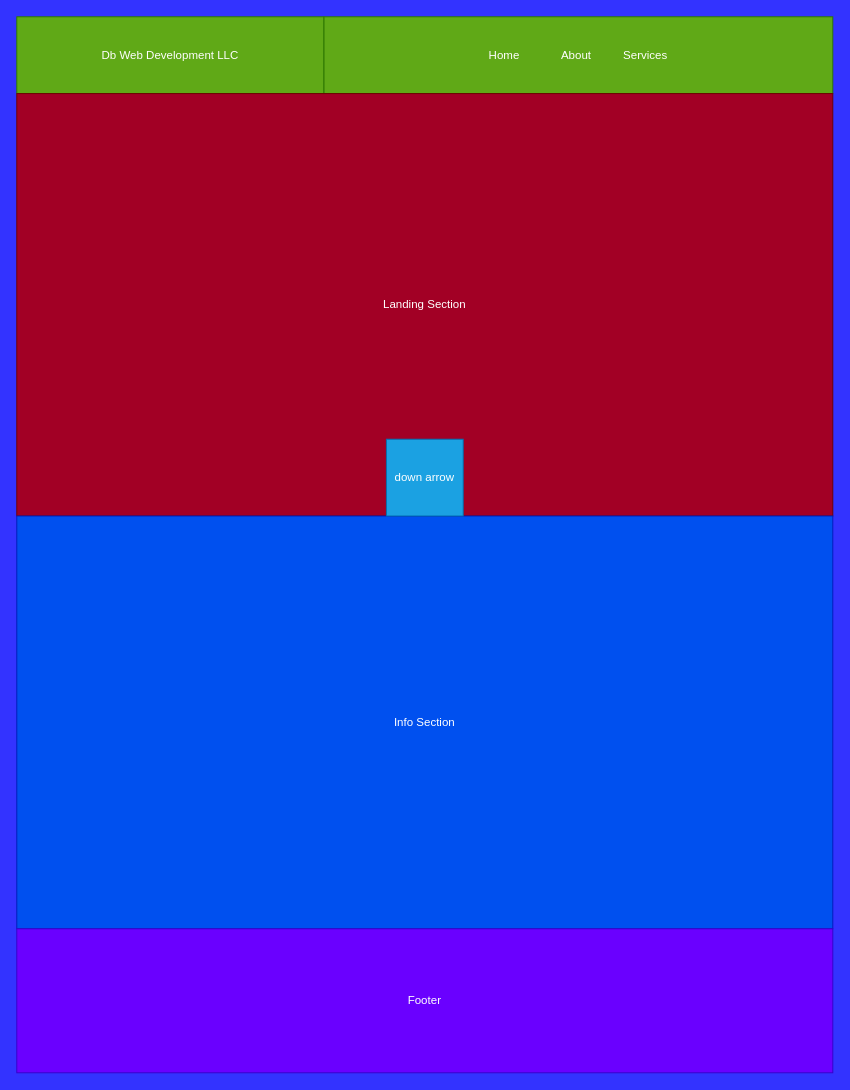
DeanWilcoxson/BusinessWebsite keeps this draw.io diagram as page "Home" (1 of 4) of Frontend/src/Wireframes/Structure.drawio. Above is the earlier version. Source tidied: cells renumbered, new cells numbered last; positions are measured from the earlier drawing's top-left corner, leaving out a move shared by most shapes. Both pictures are drawn from the tidied source at 96%, with x=0, y=0 at pixel (16, 16).
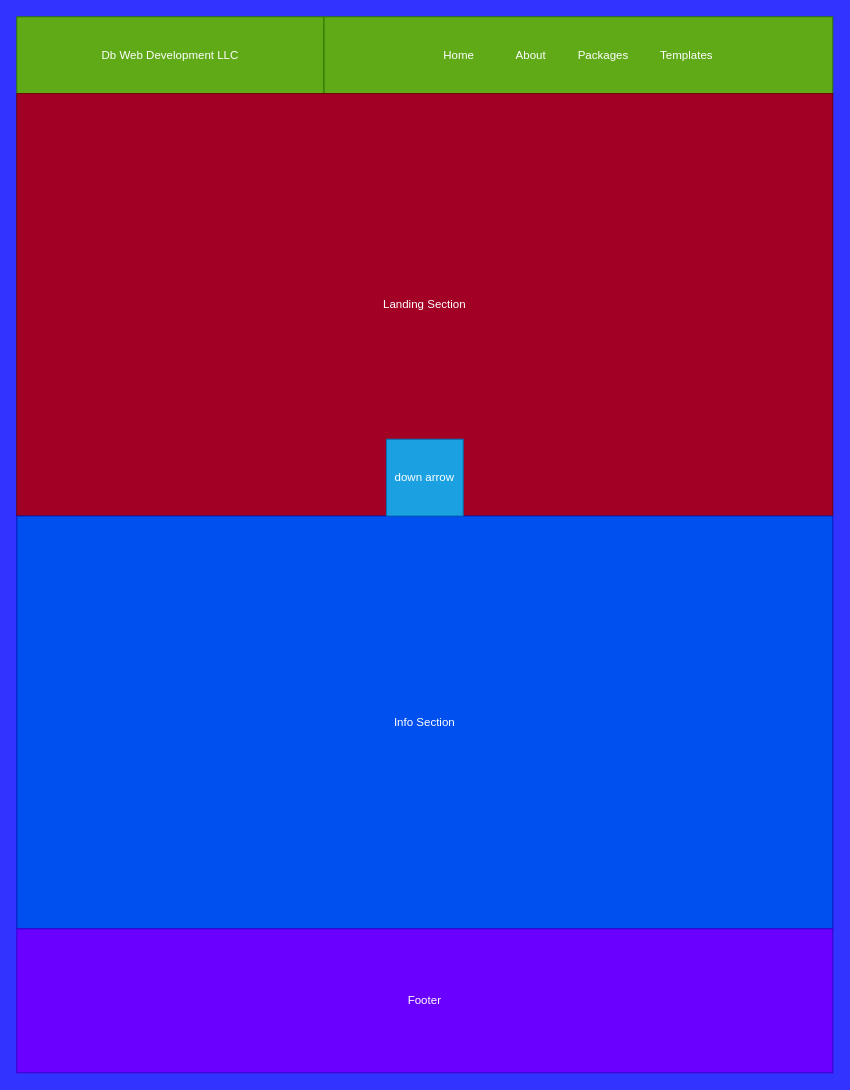
The same diagram, later.

Change to the diagram source:
```diff
@@
 <mxGraphModel background="#3333FF">
   <root>
     <mxCell id="0" />
     <mxCell id="1" parent="0" />
     <mxCell id="2" value="Db Web Development LLC" style="rounded=0;whiteSpace=wrap;html=1;fillColor=#60a917;fontColor=#ffffff;strokeColor=#2D7600;" parent="1" vertex="1">
       <mxGeometry width="320" height="80" as="geometry" />
     </mxCell>
-    <mxCell id="3" value="Home&amp;nbsp; &amp;nbsp; &amp;nbsp; &amp;nbsp; &amp;nbsp; &amp;nbsp; &amp;nbsp;About&amp;nbsp; &amp;nbsp; &amp;nbsp; &amp;nbsp; &amp;nbsp; Services" style="rounded=0;whiteSpace=wrap;html=1;fillColor=#60a917;fontColor=#ffffff;strokeColor=#2D7600;" parent="1" vertex="1">
+    <mxCell id="3" value="Home&amp;nbsp; &amp;nbsp; &amp;nbsp; &amp;nbsp; &amp;nbsp; &amp;nbsp; &amp;nbsp;About&amp;nbsp; &amp;nbsp; &amp;nbsp; &amp;nbsp; &amp;nbsp; Packages&amp;nbsp; &amp;nbsp; &amp;nbsp; &amp;nbsp; &amp;nbsp; Templates" style="rounded=0;whiteSpace=wrap;html=1;fillColor=#60a917;fontColor=#ffffff;strokeColor=#2D7600;" parent="1" vertex="1">
       <mxGeometry x="320" width="530" height="80" as="geometry" />
     </mxCell>
     <mxCell id="4" value="Landing Section" style="rounded=0;whiteSpace=wrap;html=1;fillColor=#a20025;fontColor=#ffffff;strokeColor=#6F0000;" parent="1" vertex="1">
       <mxGeometry y="80" width="850" height="440" as="geometry" />
     </mxCell>
     <mxCell id="5" value="Info Section" style="rounded=0;whiteSpace=wrap;html=1;fillColor=#0050ef;fontColor=#ffffff;strokeColor=#001DBC;" parent="1" vertex="1">
       <mxGeometry y="520" width="850" height="430" as="geometry" />
     </mxCell>
     <mxCell id="6" value="down arrow" style="whiteSpace=wrap;html=1;fillColor=#1ba1e2;fontColor=#ffffff;strokeColor=#006EAF;" parent="1" vertex="1">
       <mxGeometry x="385" y="440" width="80" height="80" as="geometry" />
     </mxCell>
     <mxCell id="7" value="Footer" style="rounded=0;whiteSpace=wrap;html=1;fillColor=#6a00ff;fontColor=#ffffff;strokeColor=#3700CC;" parent="1" vertex="1">
       <mxGeometry y="950" width="850" height="150" as="geometry" />
     </mxCell>
   </root>
 </mxGraphModel>
```
